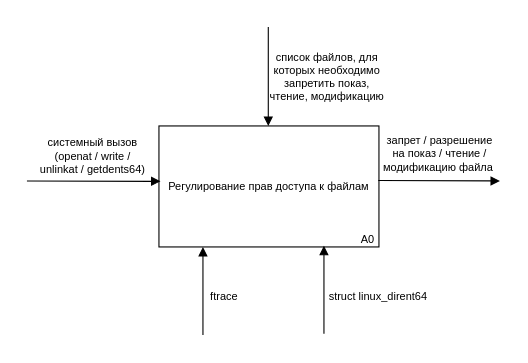
Before: page "idef0_0" (4 of 7) of Diagrams.drawio in tatarinova0903/bmstu_os_course, a draw.io diagram. Source tidied: cells renumbered, new cells numbered last; positions are measured from the earlier drawing's top-left corner, leaving out a move shared by most shapes. Both pictures are drawn from the tidied source at 110%, with x=0, y=0 at pixel (26, 26).
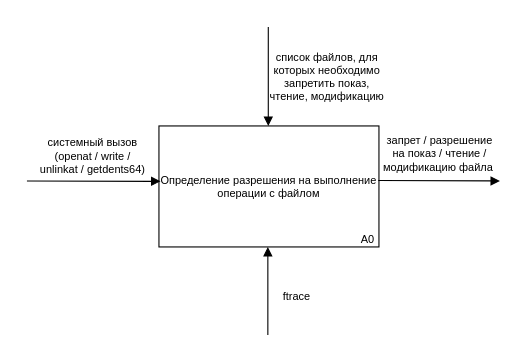
After the change.

The edit, as a diff of the source:
```diff
@@
 <mxGraphModel>
   <root>
     <mxCell id="0" />
     <mxCell id="1" parent="0" />
-    <mxCell id="2" value="Регулирование прав доступа к файлам" style="rounded=0;whiteSpace=wrap;html=1;fontSize=10;" parent="1" vertex="1">
+    <mxCell id="2" value="Определение разрешения на выполнение операции с файлом" style="rounded=0;whiteSpace=wrap;html=1;fontSize=10;" parent="1" vertex="1">
       <mxGeometry x="120" y="90" width="200" height="110" as="geometry" />
     </mxCell>
     <mxCell id="3" style="endArrow=block;html=1;rounded=0;endFill=1;entryX=0.25;entryY=1;entryDx=0;entryDy=0;fontSize=10;" parent="1" edge="1">
       <mxGeometry relative="1" as="geometry">
-        <mxPoint x="160" y="280" as="sourcePoint" />
-        <mxPoint x="160" y="200" as="targetPoint" />
+        <mxPoint x="219" y="280" as="sourcePoint" />
+        <mxPoint x="219" y="200" as="targetPoint" />
       </mxGeometry>
     </mxCell>
     <mxCell id="4" value="ftrace" style="text;html=1;align=center;verticalAlign=middle;strokeColor=none;fillColor=none;fontSize=10;" parent="1" vertex="1">
-      <mxGeometry x="154" y="230" width="50" height="30" as="geometry" />
+      <mxGeometry x="220" y="230" width="50" height="30" as="geometry" />
     </mxCell>
     <mxCell id="5" style="endArrow=block;html=1;rounded=0;entryX=0.007;entryY=0.458;entryDx=0;entryDy=0;endFill=1;entryPerimeter=0;fontSize=10;" parent="1" edge="1" target="2">
       <mxGeometry relative="1" as="geometry">
         <mxPoint y="140" as="sourcePoint" />
       </mxGeometry>
     </mxCell>
     <mxCell id="6" style="endArrow=block;html=1;rounded=0;endFill=1;fontSize=10;" parent="1" edge="1">
       <mxGeometry relative="1" as="geometry">
         <mxPoint x="219.4" as="sourcePoint" />
         <mxPoint x="219.4" y="90" as="targetPoint" />
       </mxGeometry>
     </mxCell>
     <mxCell id="7" value="A0" style="text;html=1;strokeColor=none;fillColor=none;align=center;verticalAlign=middle;whiteSpace=wrap;rounded=0;fontSize=10;" parent="1" vertex="1">
       <mxGeometry x="280" y="178" width="60" height="30" as="geometry" />
     </mxCell>
     <mxCell id="8" style="endArrow=block;html=1;rounded=0;endFill=1;exitX=0.997;exitY=0.451;exitDx=0;exitDy=0;exitPerimeter=0;fontSize=10;" parent="1" edge="1" source="2">
       <mxGeometry relative="1" as="geometry">
         <mxPoint x="430" y="140" as="targetPoint" />
       </mxGeometry>
     </mxCell>
     <mxCell id="9" value="&lt;div style=&quot;font-size: 10px;&quot;&gt;&lt;span style=&quot;font-size: 10px; background-color: initial;&quot;&gt;запрет / разрешение на показ / чтение / модификацию файла&amp;nbsp;&lt;/span&gt;&lt;/div&gt;" style="rounded=0;whiteSpace=wrap;html=1;align=center;strokeWidth=0;opacity=0;fontSize=10;" parent="1" vertex="1">
       <mxGeometry x="321" y="85" width="109" height="60" as="geometry" />
     </mxCell>
-    <mxCell id="10" style="endArrow=block;html=1;rounded=0;endFill=1;entryX=0.25;entryY=1;entryDx=0;entryDy=0;fontSize=10;" parent="1" edge="1">
-      <mxGeometry relative="1" as="geometry">
-        <mxPoint x="270" y="279" as="sourcePoint" />
-        <mxPoint x="270" y="199" as="targetPoint" />
-      </mxGeometry>
-    </mxCell>
-    <mxCell id="11" value="struct linux_dirent64" style="text;html=1;align=center;verticalAlign=middle;strokeColor=none;fillColor=none;fontSize=10;" parent="1" vertex="1">
-      <mxGeometry x="264" y="230" width="110" height="30" as="geometry" />
-    </mxCell>
     <mxCell id="12" value="&lt;div style=&quot;font-size: 10px;&quot;&gt;список файлов, для которых необходимо запретить показ, чтение, модификацию&lt;br style=&quot;font-size: 10px;&quot;&gt;&lt;/div&gt;" style="rounded=0;whiteSpace=wrap;html=1;align=center;strokeWidth=0;opacity=0;fontSize=10;" parent="1" vertex="1">
       <mxGeometry x="220" y="15" width="106" height="60" as="geometry" />
     </mxCell>
     <mxCell id="13" value="&lt;div style=&quot;font-size: 10px;&quot;&gt;системный вызов&lt;br style=&quot;border-color: var(--border-color);&quot;&gt;&lt;span style=&quot;&quot;&gt;(openat / write / unlinkat / getdents64)&lt;/span&gt;&lt;br&gt;&lt;/div&gt;" style="rounded=0;whiteSpace=wrap;html=1;align=center;strokeWidth=0;opacity=0;fontSize=10;" parent="1" vertex="1">
       <mxGeometry x="10" y="87" width="100" height="60" as="geometry" />
     </mxCell>
   </root>
 </mxGraphModel>
```
